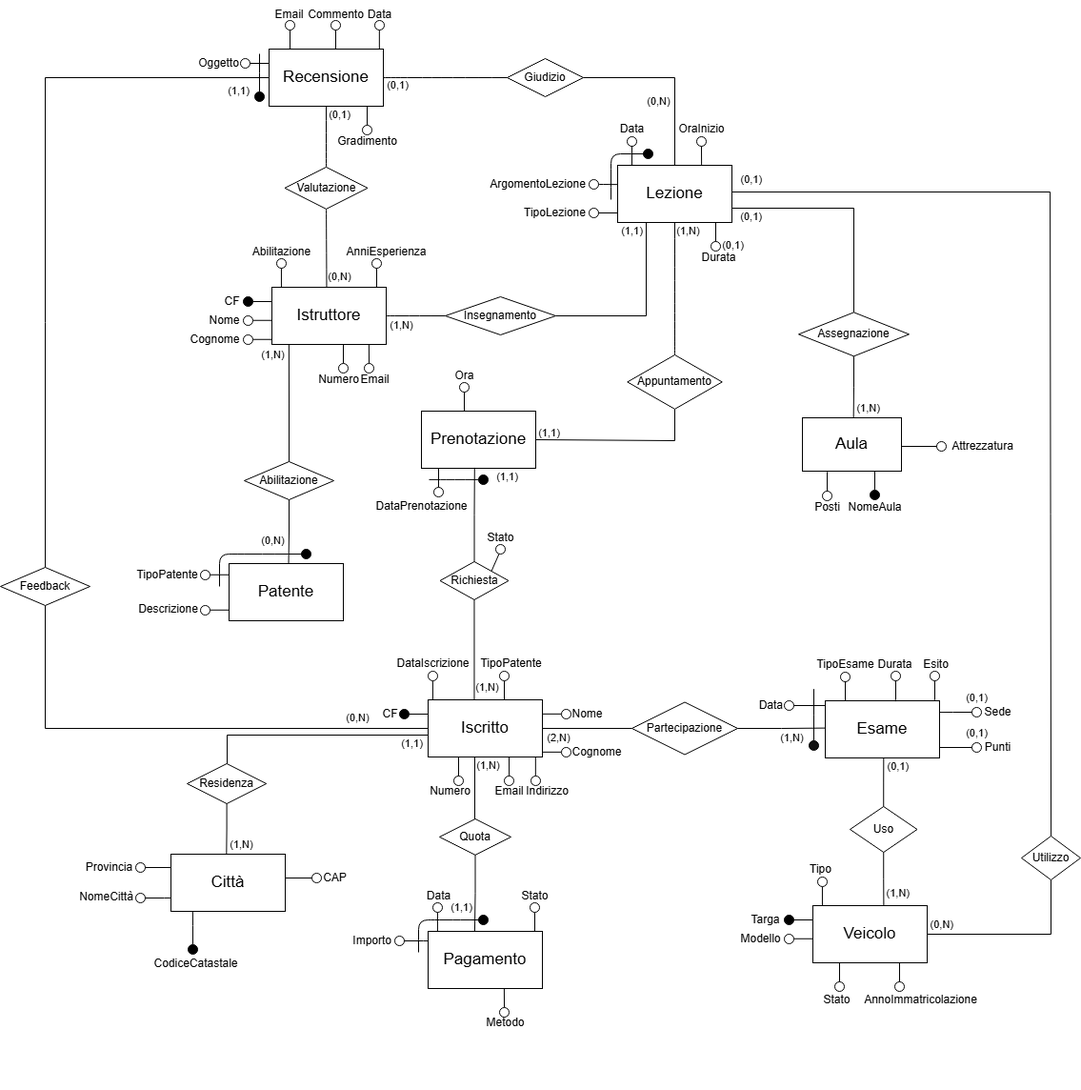
Before: img/ER_ScuolaGuidaRistrutturato.drawio.png, a diagram exported from draw.io (Andrea-Difino/db_scuola_guida). Source tidied: cells renumbered, new cells last; positions are measured from the earlier drawing's top-left corner, leaving out a move shared by most shapes.
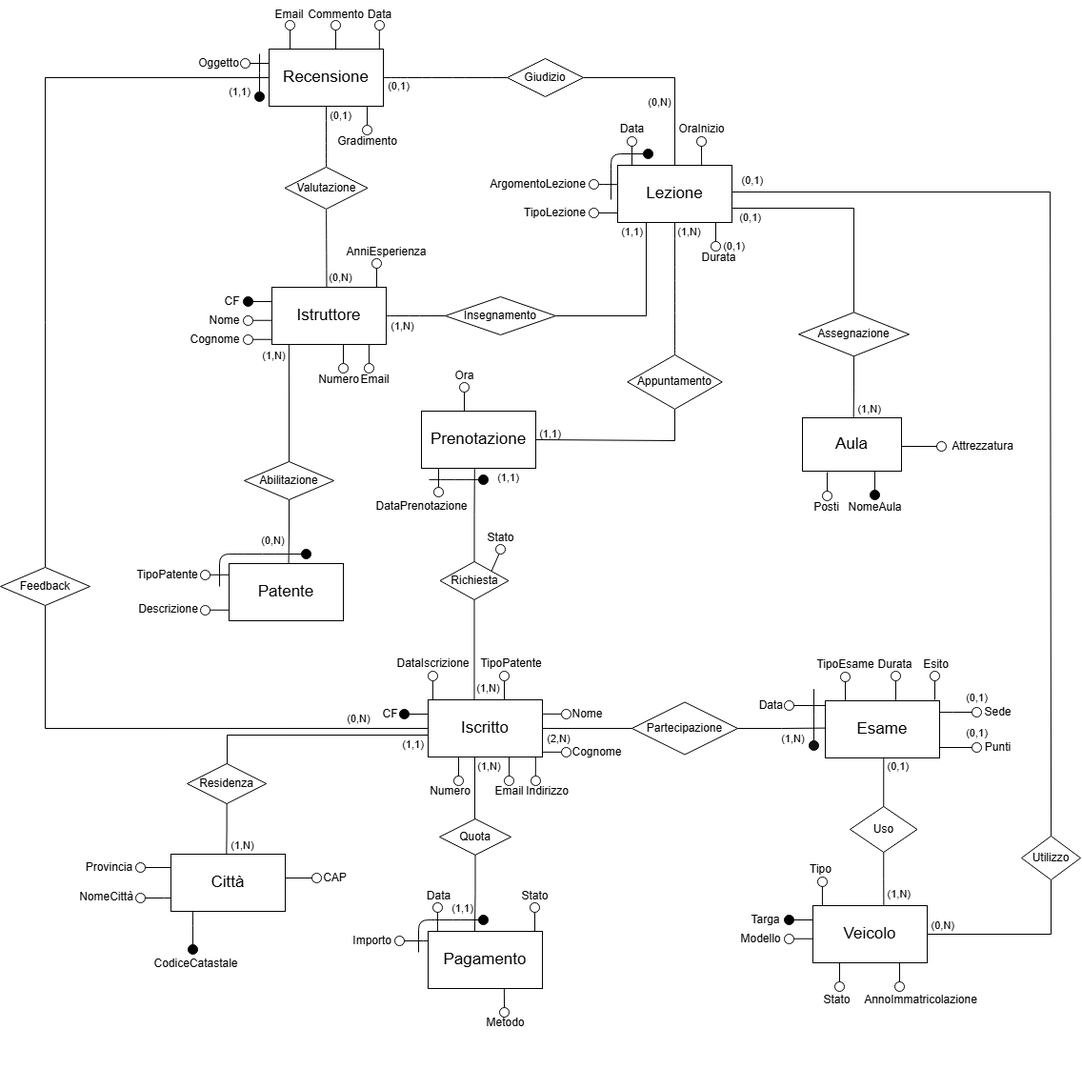
After the commit.

What changed in the source:
```diff
@@ -213,27 +213,15 @@
     <mxCell id="55" style="ellipse;whiteSpace=wrap;html=1;rounded=0;strokeColor=light-dark(#000000,#000000);align=center;verticalAlign=middle;fontFamily=Helvetica;fontSize=12;fontColor=light-dark(#000000,#000000);fillColor=light-dark(#000000,#FFFFFF);" parent="39" vertex="1">
       <mxGeometry x="200" y="130" width="10" height="10" as="geometry" />
     </mxCell>
-    <mxCell id="56" value="&lt;font style=&quot;color: light-dark(rgb(0, 0, 0), rgb(0, 0, 0));&quot;&gt;Abilitazione&lt;/font&gt;" style="text;html=1;align=center;verticalAlign=middle;strokeColor=none;fillColor=none;fontFamily=Helvetica;fontSize=12;fontColor=default;" parent="39" vertex="1">
-      <mxGeometry x="100" y="-2" width="80" height="30" as="geometry" />
-    </mxCell>
     <mxCell id="57" value="&lt;font style=&quot;color: light-dark(rgb(0, 0, 0), rgb(0, 0, 0));&quot;&gt;AnniEsperienza&lt;/font&gt;" style="text;html=1;align=center;verticalAlign=middle;strokeColor=none;fillColor=none;fontFamily=Helvetica;fontSize=12;fontColor=default;" parent="39" vertex="1">
       <mxGeometry x="195" y="-2" width="110" height="30" as="geometry" />
     </mxCell>
-    <mxCell id="58" style="endArrow=none;html=1;rounded=0;fontFamily=Helvetica;fontSize=12;fontColor=default;entryX=0.25;entryY=1;entryDx=0;entryDy=0;strokeColor=light-dark(#000000,#000000);" parent="39" edge="1">
-      <mxGeometry relative="1" as="geometry">
-        <mxPoint x="139.9" y="50" as="sourcePoint" />
-        <mxPoint x="139.9" y="30" as="targetPoint" />
-      </mxGeometry>
-    </mxCell>
     <mxCell id="59" style="endArrow=none;html=1;rounded=0;fontFamily=Helvetica;fontSize=12;fontColor=default;entryX=0.75;entryY=1;entryDx=0;entryDy=0;strokeColor=light-dark(#000000,#000000);" parent="39" edge="1">
       <mxGeometry relative="1" as="geometry">
         <mxPoint x="240" y="50" as="sourcePoint" />
         <mxPoint x="240" y="30" as="targetPoint" />
       </mxGeometry>
     </mxCell>
-    <mxCell id="60" style="ellipse;whiteSpace=wrap;html=1;rounded=0;strokeColor=light-dark(#000000,#000000);align=center;verticalAlign=middle;fontFamily=Helvetica;fontSize=12;fontColor=light-dark(#000000,#000000);fillColor=light-dark(#000000,#FFFFFF);" parent="39" vertex="1">
-      <mxGeometry x="135" y="20" width="10" height="10" as="geometry" />
-    </mxCell>
     <mxCell id="61" style="ellipse;whiteSpace=wrap;html=1;rounded=0;strokeColor=light-dark(#000000,#000000);align=center;verticalAlign=middle;fontFamily=Helvetica;fontSize=12;fontColor=light-dark(#000000,#000000);fillColor=light-dark(#000000,#FFFFFF);" parent="39" vertex="1">
       <mxGeometry x="235" y="20" width="10" height="10" as="geometry" />
     </mxCell>
```
